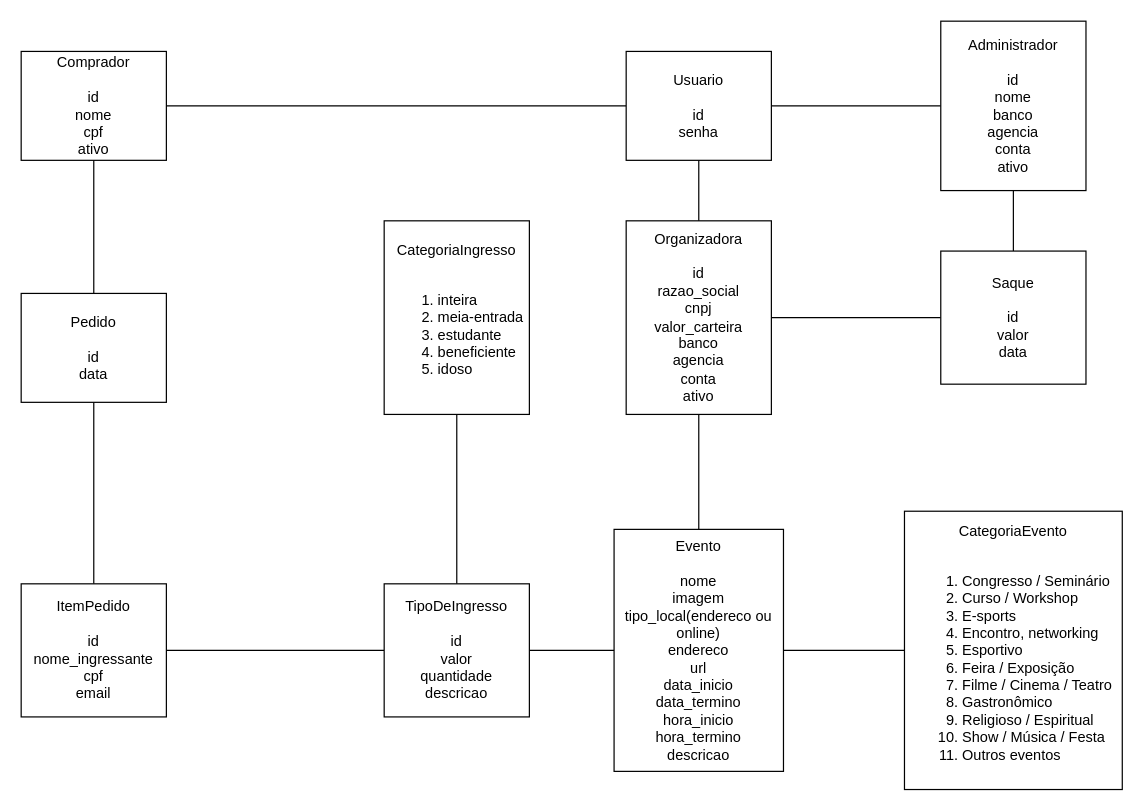
The draw.io diagram files/Banco de Dados/esboco.drawio in heltonricardo/ingressoja-api, before the edit. Source tidied: cells renumbered, new cells numbered last; positions are measured from the earlier drawing's top-left corner, leaving out a move shared by most shapes. Both pictures are drawn from the tidied source at 121%, with x=0, y=0 at pixel (21, 21).
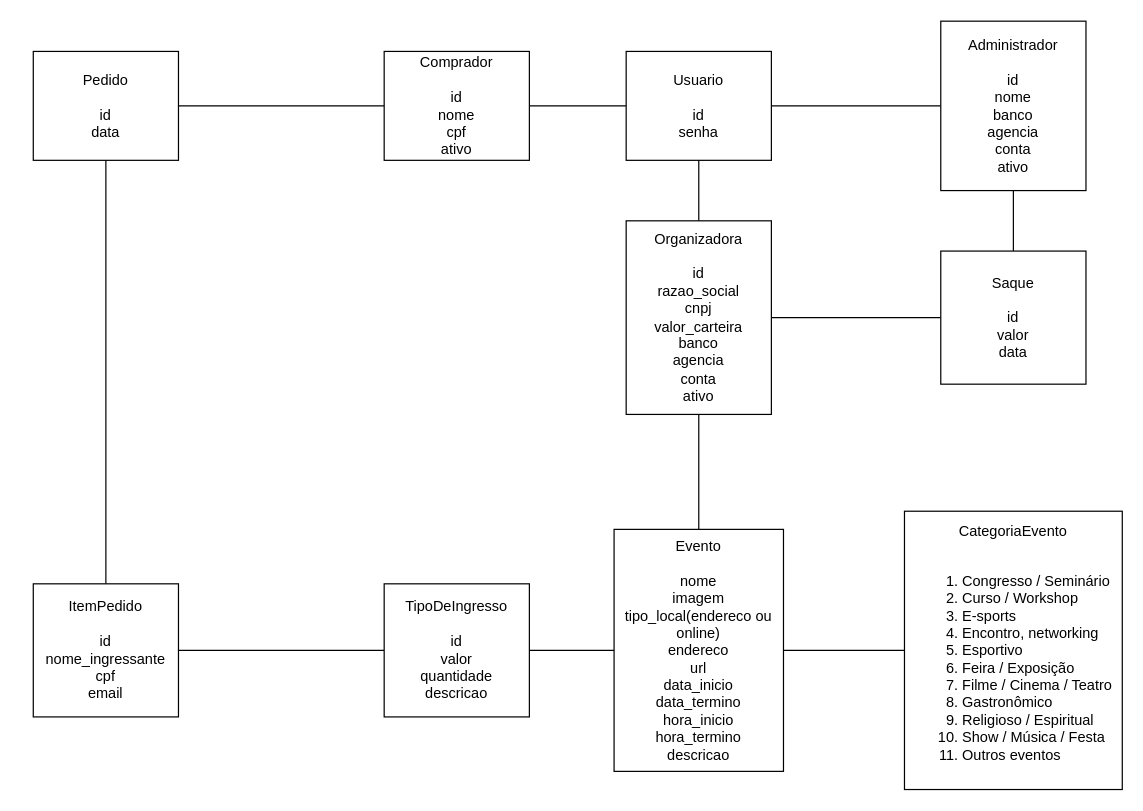
The same diagram, later.

The change refers to these unchanged cells:
```xml
<mxCell id="19" value="TipoDeIngresso&lt;br&gt;&lt;br&gt;id&lt;br&gt;valor&lt;br&gt;quantidade&lt;br&gt;descricao" style="rounded=0;whiteSpace=wrap;html=1;" parent="1" vertex="1">
  <mxGeometry x="300" y="465" width="120" height="110" as="geometry" />
</mxCell>
```

The edit, as a diff of the source:
```diff
@@
     <mxCell id="3" value="Pedido&lt;br&gt;&lt;br&gt;id&lt;br&gt;data" style="rounded=0;whiteSpace=wrap;html=1;" parent="1" vertex="1">
-      <mxGeometry y="225" width="120" height="90" as="geometry" />
+      <mxGeometry x="10" y="25" width="120" height="90" as="geometry" />
     </mxCell>
@@
     <mxCell id="8" value="Comprador&lt;br&gt;&lt;br&gt;id&lt;br&gt;nome&lt;br&gt;cpf&lt;br&gt;ativo" style="rounded=0;whiteSpace=wrap;html=1;" parent="1" vertex="1">
-      <mxGeometry y="25" width="120" height="90" as="geometry" />
+      <mxGeometry x="300" y="25" width="120" height="90" as="geometry" />
     </mxCell>
@@
     <mxCell id="14" value="ItemPedido&lt;br&gt;&lt;br&gt;id&lt;br&gt;nome_ingressante&lt;br&gt;cpf&lt;br&gt;email" style="rounded=0;whiteSpace=wrap;html=1;" parent="1" vertex="1">
-      <mxGeometry y="465" width="120" height="110" as="geometry" />
+      <mxGeometry x="10" y="465" width="120" height="110" as="geometry" />
     </mxCell>
@@
-    <mxCell id="16" value="CategoriaIngresso&lt;br&gt;&lt;br&gt;&lt;div style=&quot;text-align: left&quot;&gt;&lt;ol&gt;&lt;li&gt;&lt;span&gt;inteira&lt;/span&gt;&lt;/li&gt;&lt;li&gt;&lt;span&gt;meia-entrada&lt;/span&gt;&lt;/li&gt;&lt;li&gt;&lt;span&gt;estudante&lt;/span&gt;&lt;/li&gt;&lt;li&gt;&lt;span&gt;beneficiente&lt;/span&gt;&lt;/li&gt;&lt;li&gt;&lt;span&gt;idoso&lt;/span&gt;&lt;/li&gt;&lt;/ol&gt;&lt;/div&gt;" style="rounded=0;whiteSpace=wrap;html=1;" parent="1" vertex="1">
-      <mxGeometry x="300" y="165" width="120" height="160" as="geometry" />
-    </mxCell>
@@
-    <mxCell id="18" style="edgeStyle=orthogonalEdgeStyle;rounded=0;jettySize=auto;html=1;endArrow=none;endFill=0;" parent="1" edge="1" source="19" target="16">
-      <mxGeometry relative="1" as="geometry" />
-    </mxCell>
```
